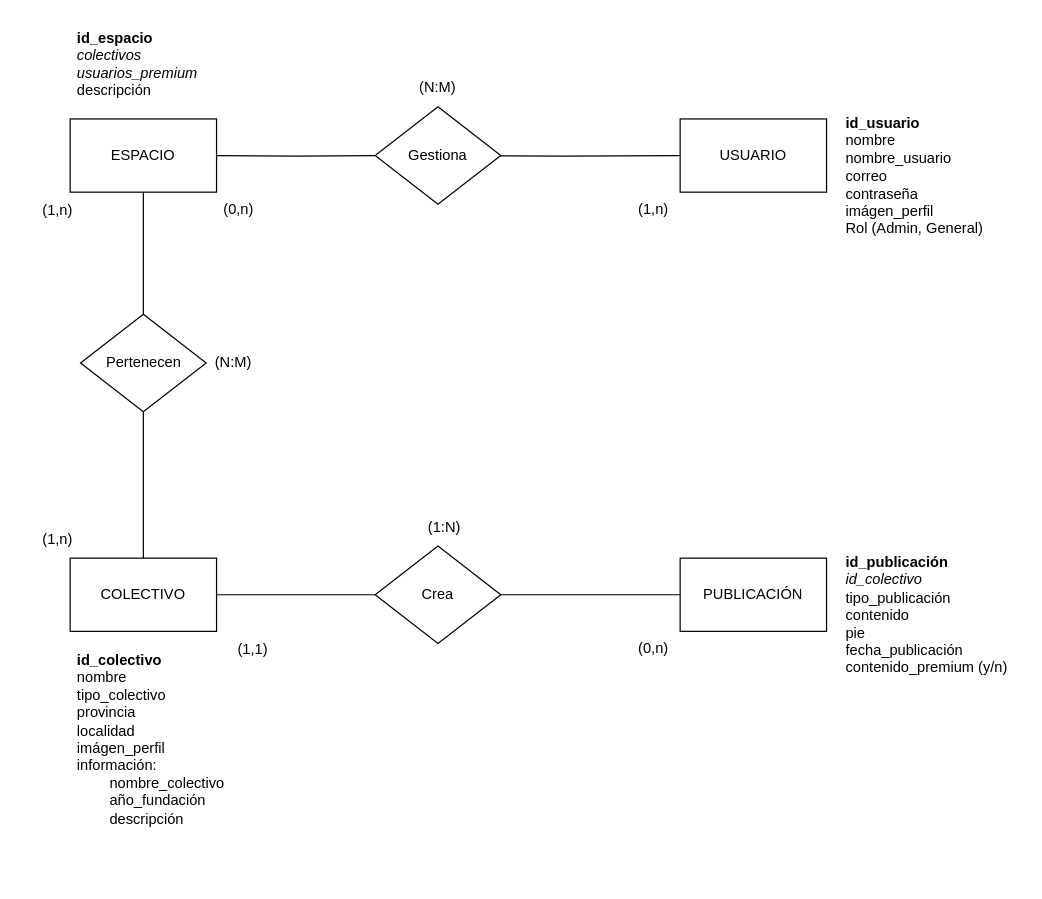
Above: cofranews.drawio in AJota1998/Proyecto_final (draw.io), before the change. Source tidied: cells renumbered, new cells numbered last; positions are measured from the earlier drawing's top-left corner, leaving out a move shared by most shapes. Both pictures are drawn from the tidied source at 122%, with x=0, y=0 at pixel (21, 21).
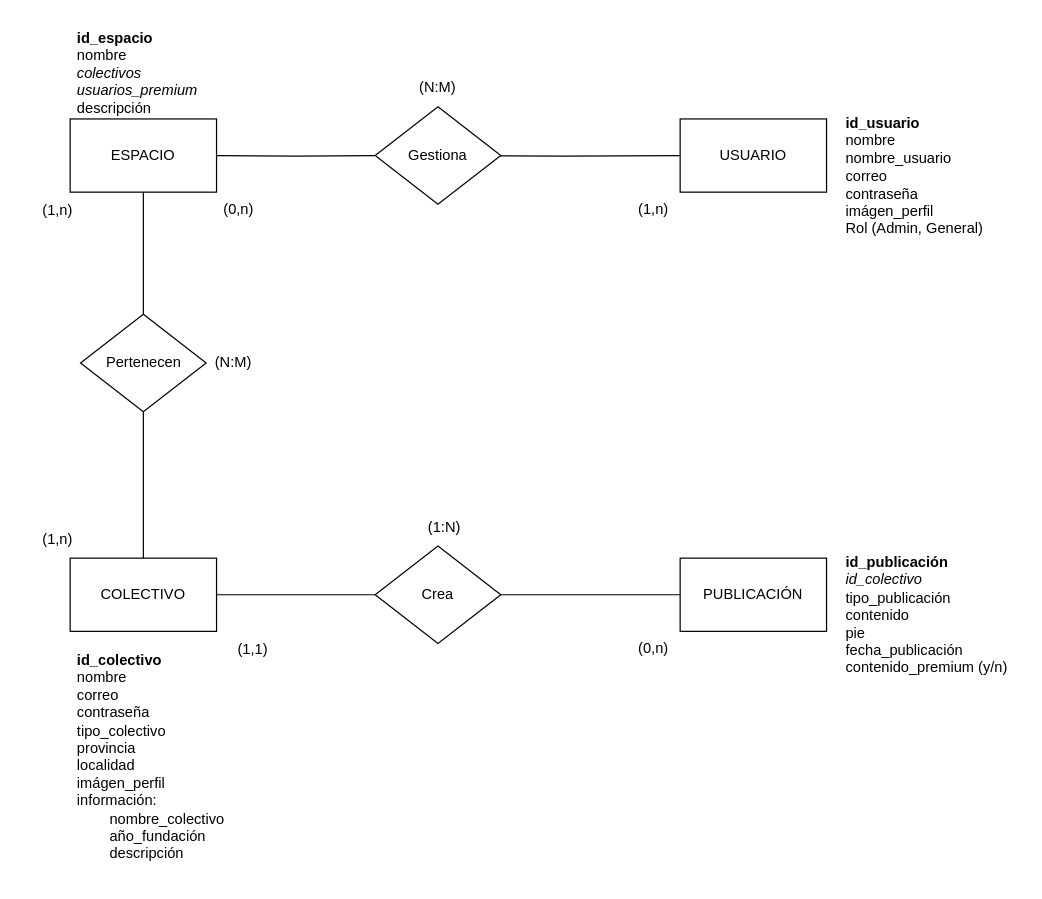
Above is the later version.

Commit message:
modificando modelo

Change to the diagram source:
```diff
@@
-    <mxCell id="5" value="&lt;b&gt;id_espacio&lt;/b&gt;&lt;br&gt;&lt;i&gt;colectivos&lt;/i&gt;&lt;br&gt;&lt;i&gt;usuarios_premium&lt;/i&gt;&lt;br&gt;descripción" style="text;strokeColor=none;fillColor=none;spacingLeft=4;spacingRight=4;overflow=hidden;fontSize=12;html=1;" parent="1" vertex="1">
+    <mxCell id="5" value="&lt;b&gt;id_espacio&lt;br&gt;&lt;/b&gt;nombre&lt;br&gt;&lt;i&gt;colectivos&lt;/i&gt;&lt;br&gt;&lt;i&gt;usuarios_premium&lt;/i&gt;&lt;br&gt;descripción" style="text;strokeColor=none;fillColor=none;spacingLeft=4;spacingRight=4;overflow=hidden;fontSize=12;html=1;" parent="1" vertex="1">
       <mxGeometry x="40" width="120" height="80" as="geometry" />
     </mxCell>
@@
-    <mxCell id="24" value="&lt;b&gt;id_colectivo&lt;/b&gt;&lt;br&gt;nombre&lt;br&gt;tipo_colectivo&lt;br&gt;provincia&lt;br&gt;localidad&lt;br&gt;imágen_perfil&lt;br&gt;información:&lt;br&gt;&lt;span style=&quot;white-space: pre;&quot;&gt;&#9;&lt;/span&gt;nombre_colectivo&lt;br&gt;&lt;span style=&quot;white-space: pre;&quot;&gt;&#9;&lt;/span&gt;año_fundación&lt;br&gt;&lt;span style=&quot;white-space: pre;&quot;&gt;&#9;&lt;/span&gt;descripción" style="text;strokeColor=none;fillColor=none;spacingLeft=4;spacingRight=4;overflow=hidden;fontSize=12;html=1;" parent="1" vertex="1">
-      <mxGeometry x="40" y="510" width="150" height="170" as="geometry" />
+    <mxCell id="24" value="&lt;b&gt;id_colectivo&lt;/b&gt;&lt;br&gt;nombre&lt;br&gt;correo&lt;br&gt;contraseña&lt;br&gt;tipo_colectivo&lt;br&gt;provincia&lt;br&gt;localidad&lt;br&gt;imágen_perfil&lt;br&gt;información:&lt;br&gt;&lt;span style=&quot;white-space: pre;&quot;&gt;&#9;&lt;/span&gt;nombre_colectivo&lt;br&gt;&lt;span style=&quot;white-space: pre;&quot;&gt;&#9;&lt;/span&gt;año_fundación&lt;br&gt;&lt;span style=&quot;white-space: pre;&quot;&gt;&#9;&lt;/span&gt;descripción" style="text;strokeColor=none;fillColor=none;spacingLeft=4;spacingRight=4;overflow=hidden;fontSize=12;html=1;" parent="1" vertex="1">
+      <mxGeometry x="40" y="510" width="150" height="190" as="geometry" />
     </mxCell>
```
